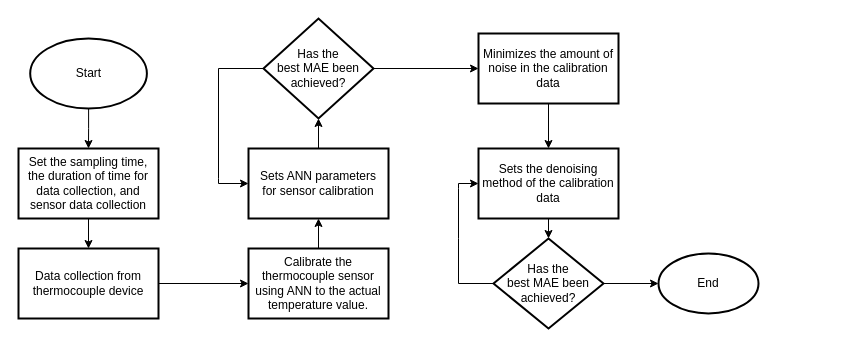
Earlier version of the draw.io diagram docs/pipeline process.drawio (BiggusMaximus/thermocouple-monitoring-GUI). Source tidied: cells renumbered, new cells numbered last; positions are measured from the earlier drawing's top-left corner, leaving out a move shared by most shapes. Both pictures are drawn from the tidied source at 100%, with x=0, y=0 at pixel (18, 18).
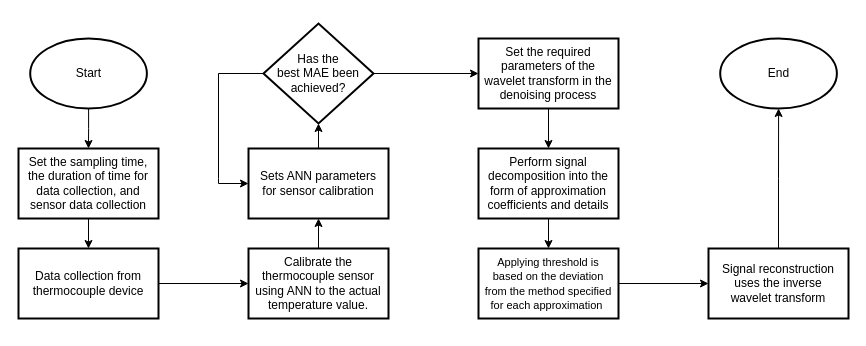
The same page after the edit.

Diff of the diagram source:
```diff
@@
     <mxCell id="9" value="Has the &lt;br&gt;best MAE been &lt;br&gt;achieved?" style="rhombus;whiteSpace=wrap;html=1;strokeWidth=2;direction=south;" parent="1" vertex="1">
-      <mxGeometry x="245" width="110" height="100" as="geometry" />
+      <mxGeometry x="245" y="5" width="110" height="100" as="geometry" />
     </mxCell>
@@
-    <mxCell id="13" value="Minimizes the amount of noise in the calibration data" style="whiteSpace=wrap;html=1;strokeWidth=2;" parent="1" vertex="1">
-      <mxGeometry x="460" y="15" width="140" height="70" as="geometry" />
+    <mxCell id="13" value="Set the required parameters of the wavelet transform in the denoising process" style="whiteSpace=wrap;html=1;strokeWidth=2;" parent="1" vertex="1">
+      <mxGeometry x="460" y="20" width="140" height="70" as="geometry" />
     </mxCell>
@@
     <mxCell id="17" style="endArrow=none;html=1;rounded=0;edgeStyle=elbowEdgeStyle;elbow=vertical;entryX=0.5;entryY=1;entryDx=0;entryDy=0;" parent="1" edge="1" target="9">
       <mxGeometry relative="1" as="geometry">
         <mxPoint x="200" y="160" as="sourcePoint" />
         <Array as="points">
-          <mxPoint x="230" y="50" />
+          <mxPoint x="220" y="55" />
         </Array>
       </mxGeometry>
     </mxCell>
-    <mxCell id="18" style="edgeStyle=orthogonalEdgeStyle;rounded=0;jettySize=auto;html=1;" parent="1" edge="1" source="19">
-      <mxGeometry relative="1" as="geometry">
-        <mxPoint x="530" y="220" as="targetPoint" />
-      </mxGeometry>
-    </mxCell>
+    <mxCell id="25" style="edgeStyle=orthogonalEdgeStyle;rounded=0;jettySize=auto;html=1;" parent="1" edge="1" source="19" target="27">
+      <mxGeometry relative="1" as="geometry" />
+    </mxCell>
-    <mxCell id="19" value="Sets the denoising method of the calibration data" style="whiteSpace=wrap;html=1;strokeWidth=2;" parent="1" vertex="1">
+    <mxCell id="19" value="Perform signal decomposition into the form of approximation coefficients and details" style="whiteSpace=wrap;html=1;strokeWidth=2;" parent="1" vertex="1">
       <mxGeometry x="460" y="130" width="140" height="70" as="geometry" />
     </mxCell>
-    <mxCell id="20" style="edgeStyle=orthogonalEdgeStyle;rounded=0;orthogonalLoop=1;jettySize=auto;html=1;" parent="1" edge="1">
-      <mxGeometry relative="1" as="geometry">
-        <mxPoint x="585" y="265" as="sourcePoint" />
-        <mxPoint x="640" y="265" as="targetPoint" />
-      </mxGeometry>
-    </mxCell>
-    <mxCell id="21" value="Has the &lt;br&gt;best MAE been &lt;br&gt;achieved?" style="rhombus;whiteSpace=wrap;html=1;strokeWidth=2;direction=south;" parent="1" vertex="1">
-      <mxGeometry x="475" y="220" width="110" height="90" as="geometry" />
-    </mxCell>
-    <mxCell id="22" style="endArrow=classic;html=1;rounded=0;entryX=0;entryY=0.5;entryDx=0;entryDy=0;" parent="1" edge="1" target="19">
-      <mxGeometry relative="1" as="geometry">
-        <mxPoint x="440" y="170" as="sourcePoint" />
-        <Array as="points">
-          <mxPoint x="440" y="165" />
-        </Array>
-      </mxGeometry>
-    </mxCell>
-    <mxCell id="23" style="endArrow=none;html=1;rounded=0;entryX=0.5;entryY=1;entryDx=0;entryDy=0;" parent="1" edge="1">
-      <mxGeometry relative="1" as="geometry">
-        <mxPoint x="440" y="170" as="sourcePoint" />
-        <mxPoint x="475" y="265" as="targetPoint" />
-        <Array as="points">
-          <mxPoint x="440" y="220" />
-          <mxPoint x="440" y="265" />
-        </Array>
-      </mxGeometry>
-    </mxCell>
+    <mxCell id="26" style="edgeStyle=orthogonalEdgeStyle;rounded=0;jettySize=auto;html=1;" parent="1" edge="1" source="27" target="29">
+      <mxGeometry relative="1" as="geometry" />
+    </mxCell>
+    <mxCell id="27" value="&lt;font style=&quot;font-size: 11px;&quot;&gt;Applying threshold is &lt;br&gt;based on the deviation &lt;br&gt;from the method specified for each approximation&amp;nbsp;&lt;/font&gt;" style="whiteSpace=wrap;html=1;strokeWidth=2;" parent="1" vertex="1">
+      <mxGeometry x="460" y="230" width="140" height="70" as="geometry" />
+    </mxCell>
+    <mxCell id="28" style="edgeStyle=orthogonalEdgeStyle;rounded=0;jettySize=auto;html=1;" parent="1" edge="1" source="29" target="24">
+      <mxGeometry relative="1" as="geometry" />
+    </mxCell>
+    <mxCell id="29" value="&lt;font style=&quot;font-size: 12px;&quot;&gt;Signal reconstruction uses the inverse &lt;br&gt;wavelet transform&lt;/font&gt;" style="whiteSpace=wrap;html=1;strokeWidth=2;" parent="1" vertex="1">
+      <mxGeometry x="690" y="230" width="140" height="70" as="geometry" />
+    </mxCell>
     <mxCell id="24" value="End" style="strokeWidth=2;html=1;shape=mxgraph.flowchart.start_1;whiteSpace=wrap;" parent="1" vertex="1">
-      <mxGeometry x="640" y="235" width="100" height="60" as="geometry" />
+      <mxGeometry x="701.7" y="20" width="116.7" height="70" as="geometry" />
     </mxCell>
```
